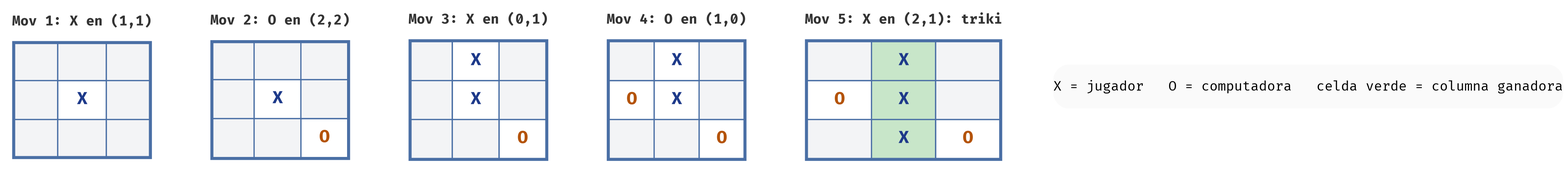
Earlier version of the Graphviz export manual/assets/partida_secuencia.png (carobayod/Triqui). Its source is kept beside it as manual/assets/partida_secuencia.dot.
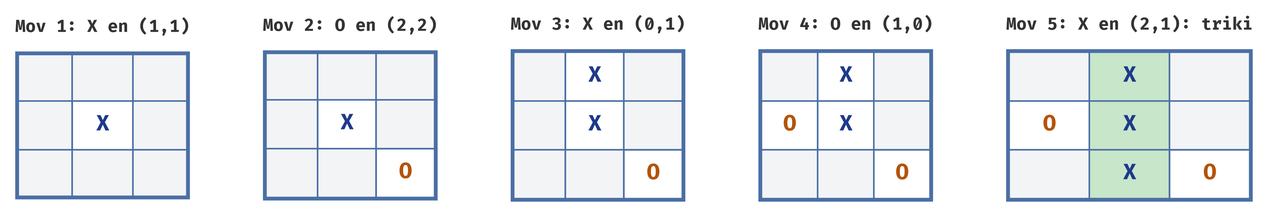
Above is the later version.

Commit message:
Arregla el repaso (a/b/c dejan de ser sublista) y agranda los tableros de la secuencia

Change to the diagram source:
```diff
@@ -12,8 +12,4 @@
     n1 -> n2 [style=invis];
     n2 -> n3 [style=invis];
     n3 -> n4 [style=invis];
-    nota [label="X = jugador   O = computadora   celda verde = columna ganadora",
-         shape=box, style="rounded,filled", fillcolor="#fafafa", color="#bbbbbb",
-         shape=plaintext, fontname="Fira Code", fontsize=11];
-    n4 -> nota [style=invis];
 }
```
